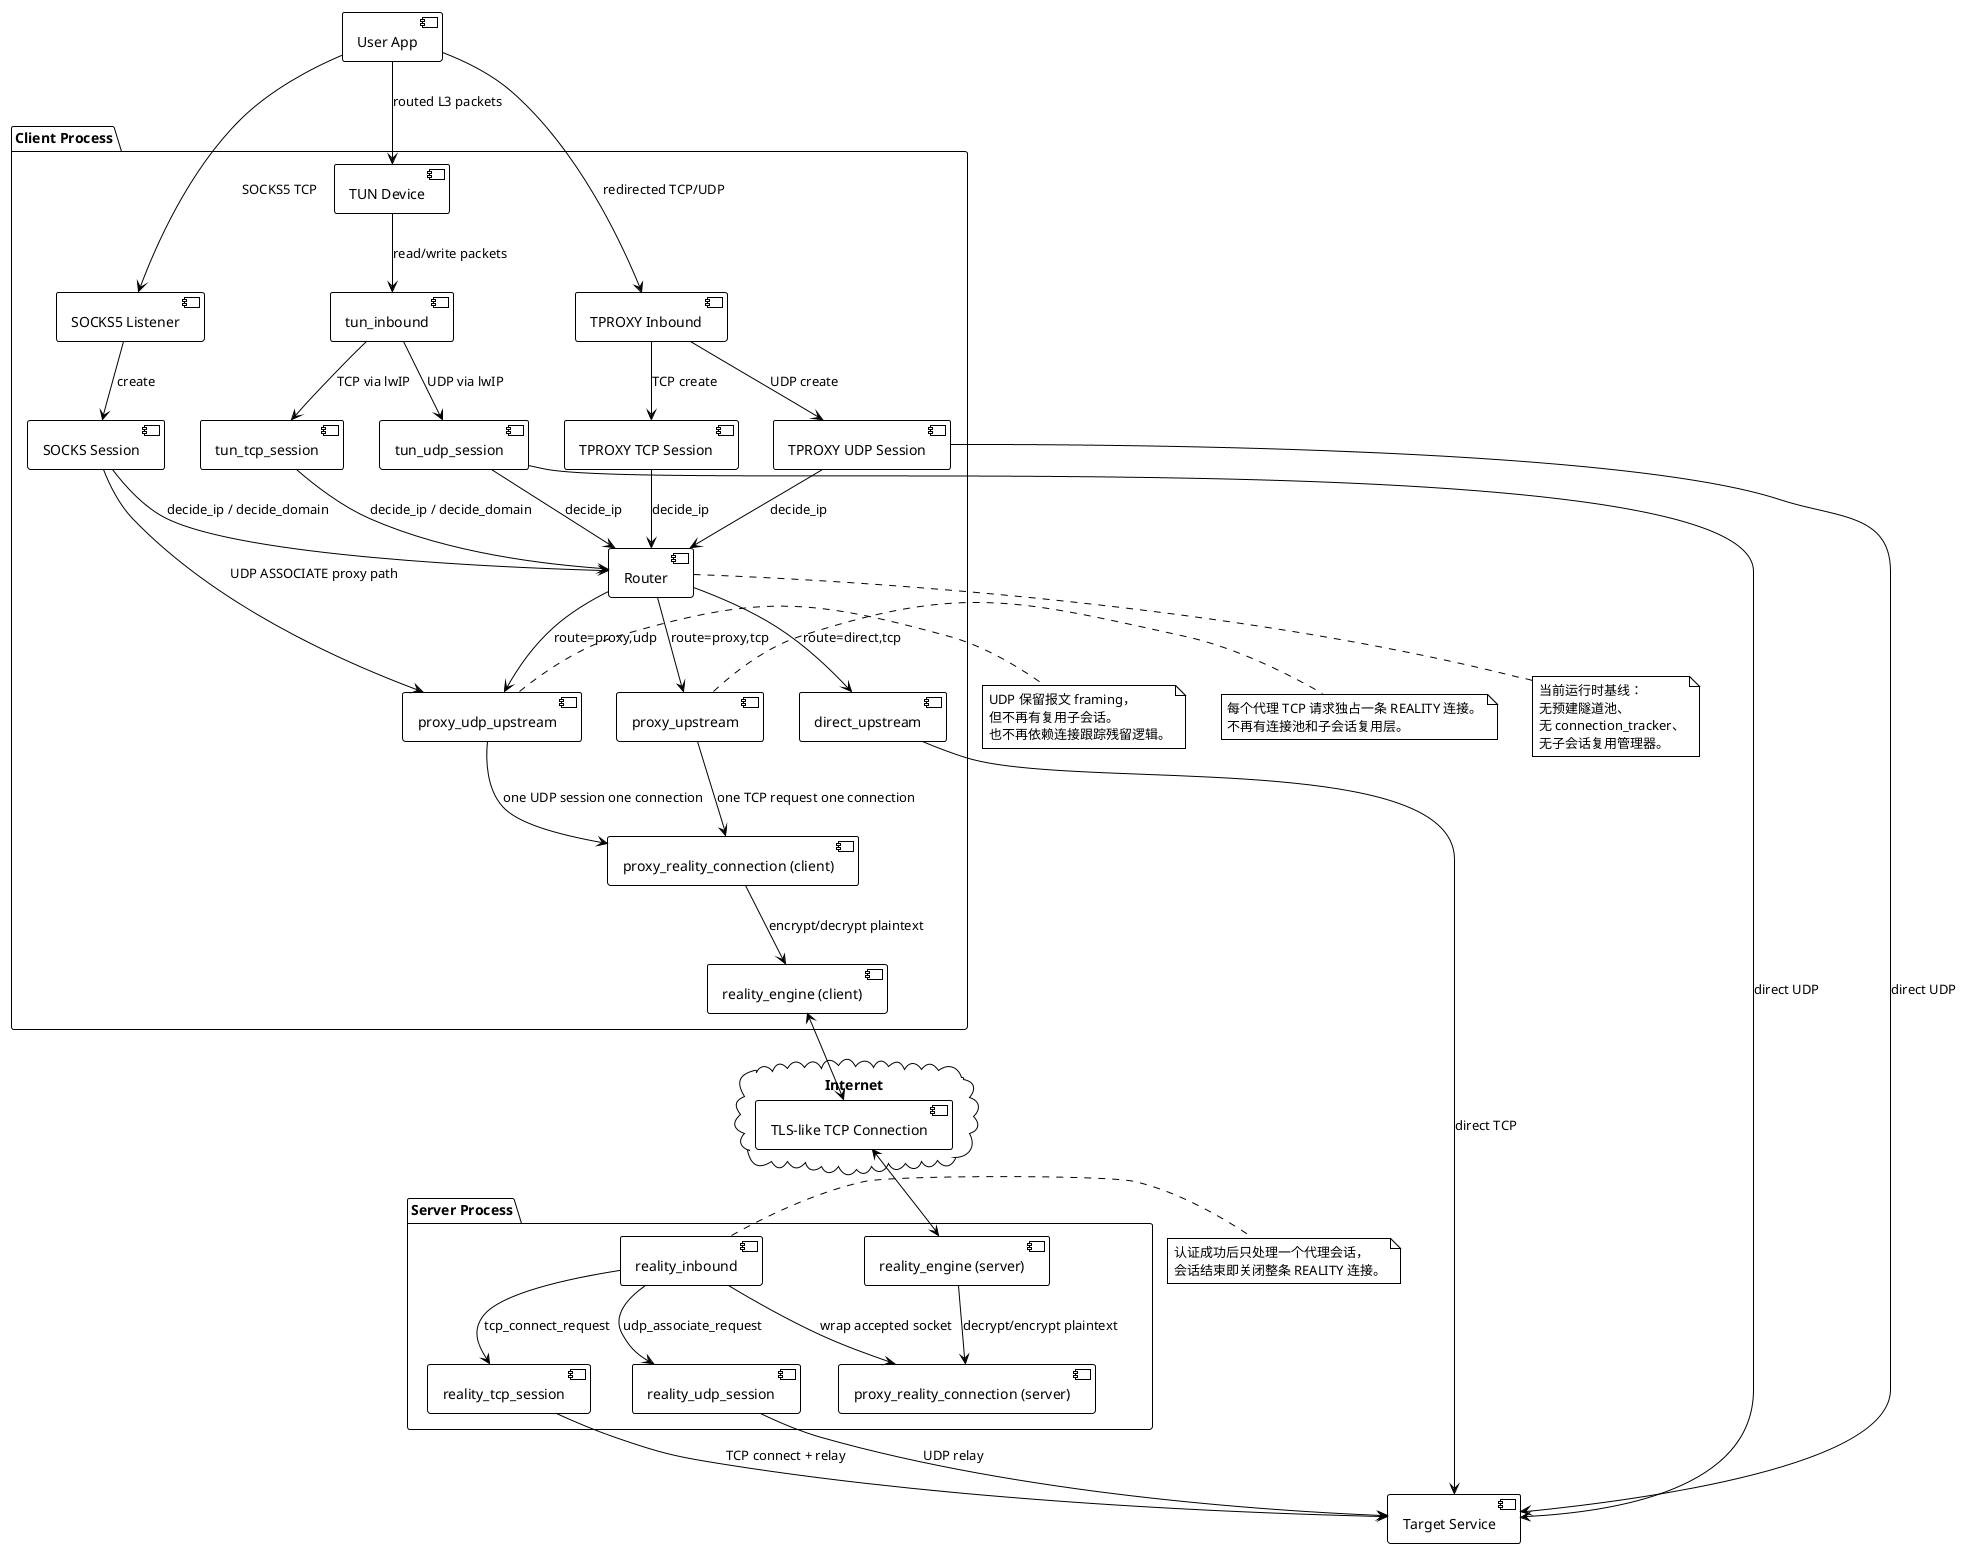
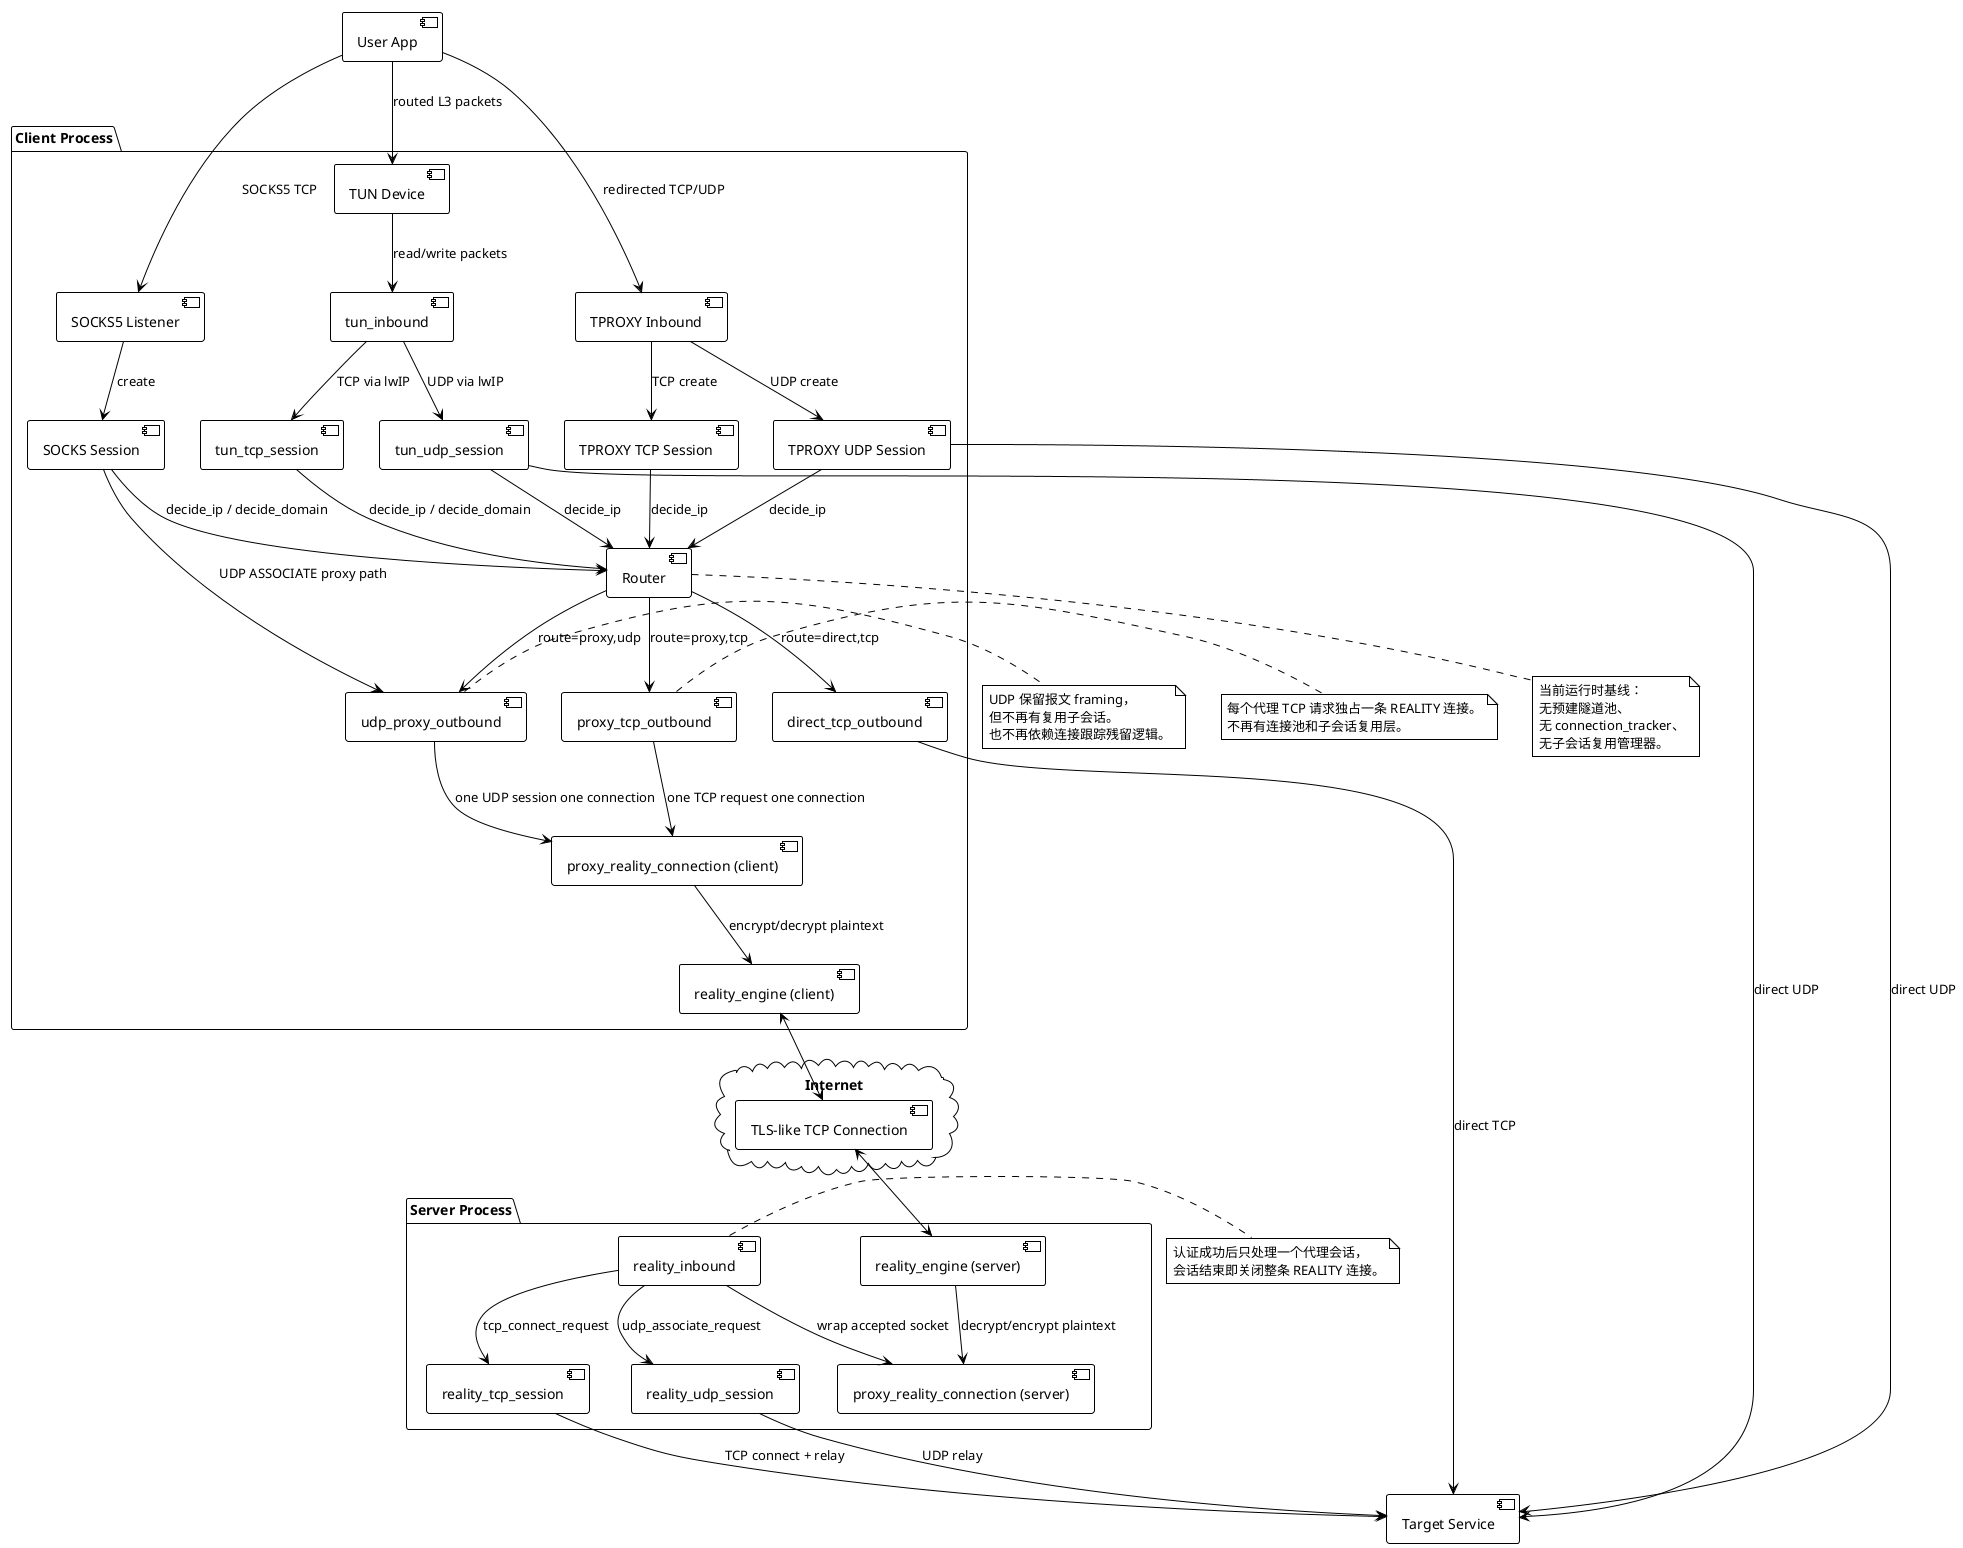
@startuml
!theme plain
skinparam componentStyle uml2

package "Client Process" {
    [SOCKS5 Listener] as SocksListener
    [SOCKS Session] as SocksSession
    [TPROXY Inbound] as TproxyInbound
    [TPROXY TCP Session] as TproxyTcpSession
    [TPROXY UDP Session] as TproxyUdpSession
    [TUN Device] as TunDevice
    [tun_inbound] as TunInbound
    [tun_tcp_session] as TunTcpSession
    [tun_udp_session] as TunUdpSession

    [Router] as Router
-     [direct_upstream] as DirectUpstream
-     [proxy_upstream] as ProxyUpstream
-     [proxy_udp_upstream] as ProxyUdpUpstream
+     [direct_tcp_outbound] as DirectUpstream
+     [proxy_tcp_outbound] as ProxyUpstream
+     [udp_proxy_outbound] as ProxyUdpUpstream

    [proxy_reality_connection (client)] as ClientConn
    [reality_engine (client)] as ClientReality
}

cloud "Internet" {
    [TLS-like TCP Connection] as Network
}

package "Server Process" {
    [reality_inbound] as RealityInbound
    [proxy_reality_connection (server)] as ServerConn
    [reality_engine (server)] as ServerReality
    [reality_tcp_session] as RealityTcp
    [reality_udp_session] as RealityUdp
}

[User App] as App
[Target Service] as Target

App --> SocksListener : SOCKS5 TCP
SocksListener --> SocksSession : create

App --> TproxyInbound : redirected TCP/UDP
TproxyInbound --> TproxyTcpSession : TCP create
TproxyInbound --> TproxyUdpSession : UDP create

App --> TunDevice : routed L3 packets
TunDevice --> TunInbound : read/write packets
TunInbound --> TunTcpSession : TCP via lwIP
TunInbound --> TunUdpSession : UDP via lwIP

SocksSession --> Router : decide_ip / decide_domain
TproxyTcpSession --> Router : decide_ip
TproxyUdpSession --> Router : decide_ip
TunTcpSession --> Router : decide_ip / decide_domain
TunUdpSession --> Router : decide_ip

Router --> DirectUpstream : route=direct,tcp
Router --> ProxyUpstream : route=proxy,tcp
Router --> ProxyUdpUpstream : route=proxy,udp

DirectUpstream --> Target : direct TCP
SocksSession --> ProxyUdpUpstream : UDP ASSOCIATE proxy path
TproxyUdpSession --> Target : direct UDP
TunUdpSession --> Target : direct UDP

ProxyUpstream --> ClientConn : one TCP request one connection
ProxyUdpUpstream --> ClientConn : one UDP session one connection
ClientConn --> ClientReality : encrypt/decrypt plaintext
ClientReality <--> Network
Network <--> ServerReality
ServerReality --> ServerConn : decrypt/encrypt plaintext

RealityInbound --> ServerConn : wrap accepted socket
RealityInbound --> RealityTcp : tcp_connect_request
RealityInbound --> RealityUdp : udp_associate_request
RealityTcp --> Target : TCP connect + relay
RealityUdp --> Target : UDP relay

note right of ProxyUpstream
  每个代理 TCP 请求独占一条 REALITY 连接。
  不再有连接池和子会话复用层。
end note

note right of ProxyUdpUpstream
  UDP 保留报文 framing，
  但不再有复用子会话。
  也不再依赖连接跟踪残留逻辑。
end note

note right of RealityInbound
  认证成功后只处理一个代理会话，
  会话结束即关闭整条 REALITY 连接。
end note

note bottom of Router
  当前运行时基线：
  无预建隧道池、
  无 connection_tracker、
  无子会话复用管理器。
end note

@enduml
